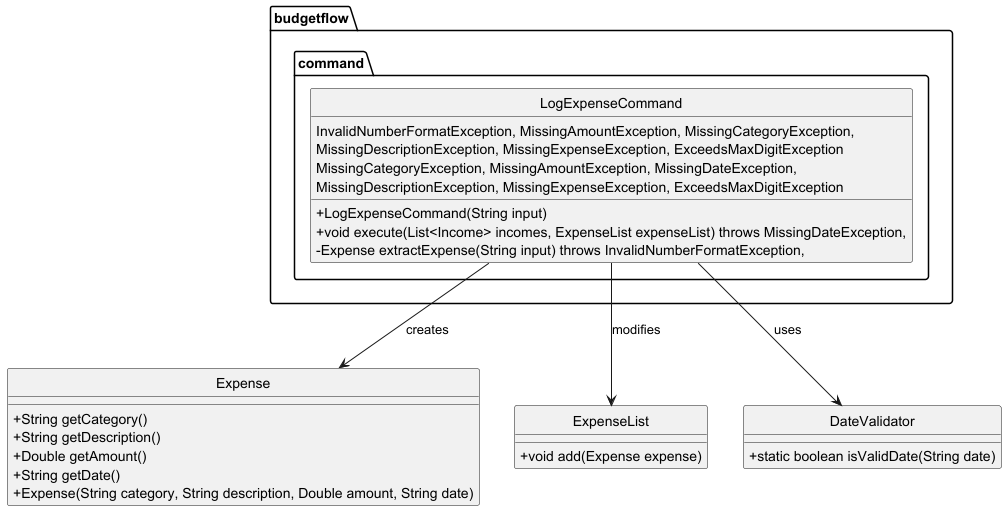
Above: docs/diagrams/log_expense_command_class_diagram.png in thienkimtranhoang/tp (PlantUML), before the change.
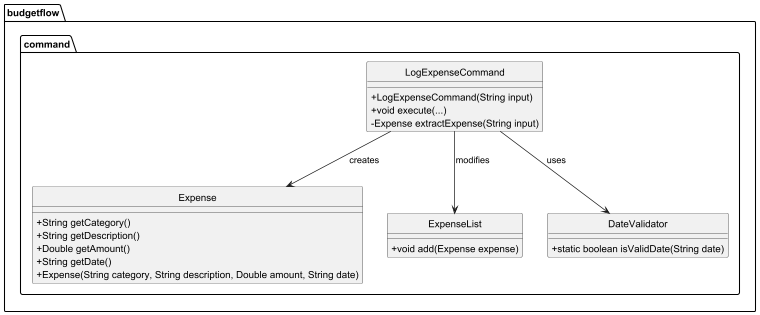
After the change.

Commit message:
update authorship + more junit test + uml

Change to the diagram source:
```diff
@@ -6,13 +6,8 @@
 package "budgetflow.command" {
     class LogExpenseCommand {
         + LogExpenseCommand(String input)
-        + void execute(List<Income> incomes, ExpenseList expenseList) throws MissingDateException,
-          InvalidNumberFormatException, MissingAmountException, MissingCategoryException,
-          MissingDescriptionException, MissingExpenseException, ExceedsMaxDigitException
-        - Expense extractExpense(String input) throws InvalidNumberFormatException,
-          MissingCategoryException, MissingAmountException, MissingDateException,
-          MissingDescriptionException, MissingExpenseException, ExceedsMaxDigitException
-    }
+        + void execute(...)
+        - Expense extractExpense(String input)
 }
 
 class Expense {
```
